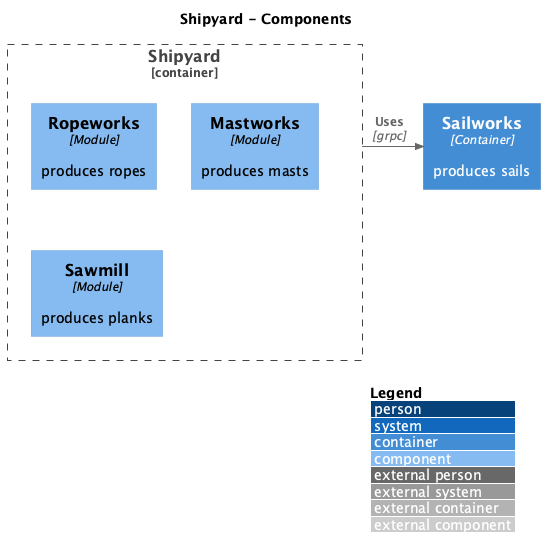
mateuszmidor/GoStudy keeps this PlantUML diagram as modular-monolith/docs/C4_Component.png. Above is the earlier version.
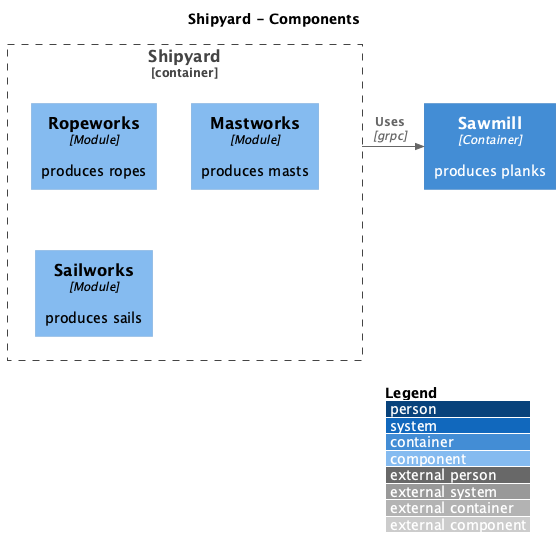
After the commit.

What changed in the source:
```diff
@@ -8,8 +8,8 @@
 Container_Boundary(Shipyard, "Shipyard") {
     Component(ropeworks, "Ropeworks", "Module", "produces ropes")
     Component(mastworks, "Mastworks", "Module", "produces masts")
-    Component(sawmill, "Sawmill", "Module", "produces planks")
+    Component(sailworks, "Sailworks", "Module", "produces sails")
 }
-Container(Sailworks, "Sailworks", "Container", "produces sails")
-Rel_Neighbor(Shipyard, Sailworks, "Uses", "grpc")
+Container(Sawmill, "Sawmill", "Container", "produces planks")
+Rel_Neighbor(Shipyard, Sawmill, "Uses", "grpc")
 @enduml
```
